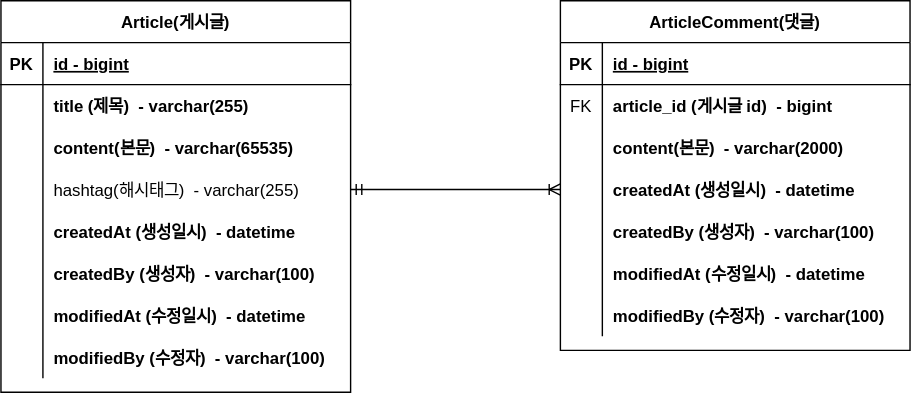
Earlier version of the draw.io export document/project-board-erd.svg (sunu-dev/fastcampus-project-board). Source tidied: cells renumbered, new cells last; positions are measured from the earlier drawing's top-left corner, leaving out a move shared by most shapes.
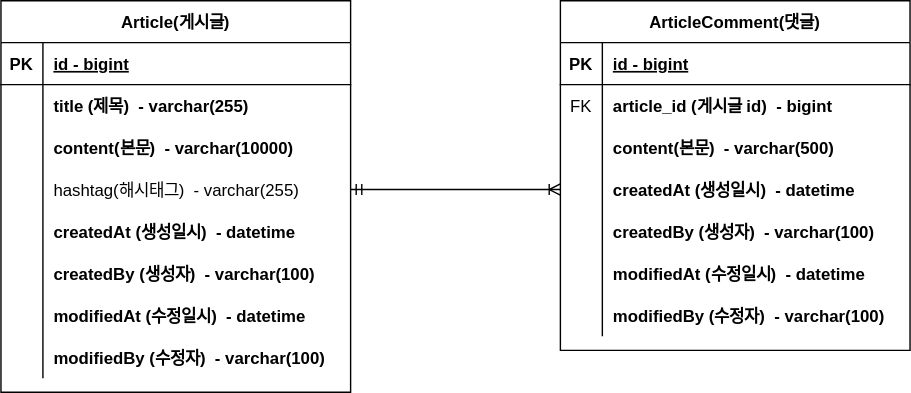
Above is the later version.

Commit message:
#10 - erd 업데이트

Change to the diagram source:
```diff
@@ -29,7 +29,7 @@
     <mxCell id="10" style="shape=partialRectangle;overflow=hidden;fillColor=none;top=0;left=0;bottom=0;right=0;" parent="9" vertex="1">
       <mxGeometry width="30" height="30" as="geometry" />
     </mxCell>
-    <mxCell id="11" value="content(본문)  - varchar(65535)" style="shape=partialRectangle;overflow=hidden;fillColor=none;top=0;left=0;bottom=0;right=0;align=left;spacingLeft=6;fontStyle=1;" parent="9" vertex="1">
+    <mxCell id="11" value="content(본문)  - varchar(10000)" style="shape=partialRectangle;overflow=hidden;fillColor=none;top=0;left=0;bottom=0;right=0;align=left;spacingLeft=6;fontStyle=1;" parent="9" vertex="1">
       <mxGeometry x="30" width="220" height="30" as="geometry" />
     </mxCell>
     <mxCell id="12" style="shape=partialRectangle;fillColor=none;points=[[0,0.5],[1,0.5]];portConstraint=eastwest;top=0;left=0;right=0;bottom=0;fontStyle=0;" parent="2" vertex="1">
@@ -104,7 +104,7 @@
     <mxCell id="35" style="shape=partialRectangle;overflow=hidden;fillColor=none;top=0;left=0;bottom=0;right=0;" parent="34" vertex="1">
       <mxGeometry width="30" height="30" as="geometry" />
     </mxCell>
-    <mxCell id="36" value="content(본문)  - varchar(2000)" style="shape=partialRectangle;overflow=hidden;fillColor=none;top=0;left=0;bottom=0;right=0;align=left;spacingLeft=6;fontStyle=1;" parent="34" vertex="1">
+    <mxCell id="36" value="content(본문)  - varchar(500)" style="shape=partialRectangle;overflow=hidden;fillColor=none;top=0;left=0;bottom=0;right=0;align=left;spacingLeft=6;fontStyle=1;" parent="34" vertex="1">
       <mxGeometry x="30" width="220" height="30" as="geometry" />
     </mxCell>
     <mxCell id="37" style="shape=partialRectangle;fillColor=none;top=0;left=0;right=0;bottom=0;" parent="27" vertex="1">
```
